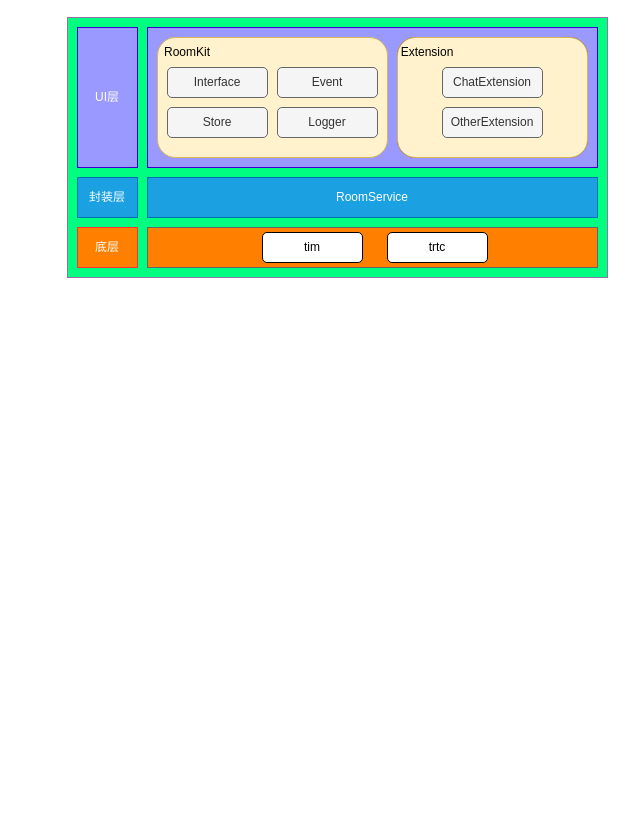
jiushu531/drawio keeps this draw.io diagram as service.drawio. Above is the earlier version. Source tidied: cells renumbered, new cells numbered last; positions are measured from the earlier drawing's top-left corner, leaving out a move shared by most shapes. Both pictures are drawn from the tidied source at 100%, with x=0, y=0 at pixel (67, 17).
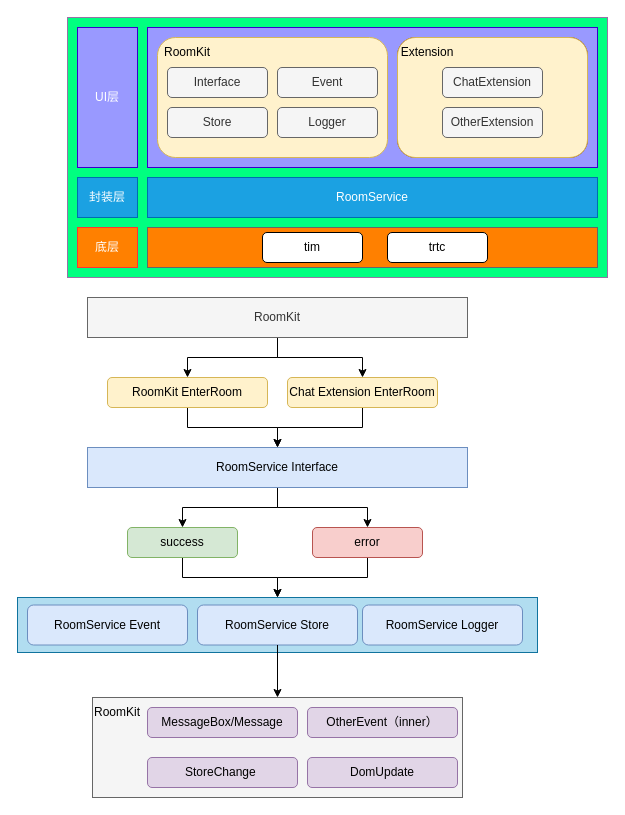
The same diagram, later.

What changed in the source:
```diff
@@
+    <mxCell id="23" style="edgeStyle=orthogonalEdgeStyle;rounded=0;jettySize=auto;html=1;" parent="1" edge="1" source="24" target="29">
+      <mxGeometry relative="1" as="geometry" />
+    </mxCell>
+    <mxCell id="24" value="RoomKit EnterRoom" style="rounded=1;whiteSpace=wrap;html=1;fillColor=#fff2cc;strokeColor=#d6b656;" parent="1" vertex="1">
+      <mxGeometry x="40" y="360" width="160" height="30" as="geometry" />
+    </mxCell>
+    <mxCell id="25" style="edgeStyle=orthogonalEdgeStyle;rounded=0;jettySize=auto;html=1;entryX=0.5;entryY=0;entryDx=0;entryDy=0;" parent="1" edge="1" source="26" target="29">
+      <mxGeometry relative="1" as="geometry" />
+    </mxCell>
+    <mxCell id="26" value="Chat Extension EnterRoom" style="rounded=1;whiteSpace=wrap;html=1;fillColor=#fff2cc;strokeColor=#d6b656;" parent="1" vertex="1">
+      <mxGeometry x="220" y="360" width="150" height="30" as="geometry" />
+    </mxCell>
+    <mxCell id="27" style="edgeStyle=orthogonalEdgeStyle;rounded=0;jettySize=auto;html=1;entryX=0.5;entryY=0;entryDx=0;entryDy=0;" parent="1" edge="1" source="29" target="31">
+      <mxGeometry relative="1" as="geometry" />
+    </mxCell>
+    <mxCell id="28" style="edgeStyle=orthogonalEdgeStyle;rounded=0;jettySize=auto;html=1;" parent="1" edge="1" source="29" target="33">
+      <mxGeometry relative="1" as="geometry" />
+    </mxCell>
+    <mxCell id="29" value="RoomService Interface" style="rounded=0;whiteSpace=wrap;html=1;fillColor=#dae8fc;strokeColor=#6c8ebf;" parent="1" vertex="1">
+      <mxGeometry x="20" y="430" width="380" height="40" as="geometry" />
+    </mxCell>
+    <mxCell id="30" style="edgeStyle=orthogonalEdgeStyle;rounded=0;jettySize=auto;html=1;" parent="1" edge="1" source="31" target="38">
+      <mxGeometry relative="1" as="geometry" />
+    </mxCell>
+    <mxCell id="31" value="success" style="rounded=1;whiteSpace=wrap;html=1;fillColor=#d5e8d4;strokeColor=#82b366;" parent="1" vertex="1">
+      <mxGeometry x="60" y="510" width="110" height="30" as="geometry" />
+    </mxCell>
+    <mxCell id="32" style="edgeStyle=orthogonalEdgeStyle;rounded=0;jettySize=auto;html=1;entryX=0.5;entryY=0;entryDx=0;entryDy=0;" parent="1" edge="1" source="33" target="38">
+      <mxGeometry relative="1" as="geometry" />
+    </mxCell>
+    <mxCell id="33" value="error" style="rounded=1;whiteSpace=wrap;html=1;fillColor=#f8cecc;strokeColor=#b85450;" parent="1" vertex="1">
+      <mxGeometry x="245" y="510" width="110" height="30" as="geometry" />
+    </mxCell>
+    <mxCell id="34" style="edgeStyle=orthogonalEdgeStyle;rounded=0;jettySize=auto;html=1;entryX=0.5;entryY=0;entryDx=0;entryDy=0;" parent="1" edge="1" source="36" target="24">
+      <mxGeometry relative="1" as="geometry" />
+    </mxCell>
+    <mxCell id="35" style="edgeStyle=orthogonalEdgeStyle;rounded=0;jettySize=auto;html=1;" parent="1" edge="1" source="36" target="26">
+      <mxGeometry relative="1" as="geometry" />
+    </mxCell>
+    <mxCell id="36" value="RoomKit" style="rounded=0;whiteSpace=wrap;html=1;fillColor=#f5f5f5;fontColor=#333333;strokeColor=#666666;" parent="1" vertex="1">
+      <mxGeometry x="20" y="280" width="380" height="40" as="geometry" />
+    </mxCell>
+    <mxCell id="37" style="group;" parent="1" vertex="1">
+      <mxGeometry x="-50" y="580" width="520" height="55" as="geometry" />
+    </mxCell>
+    <mxCell id="38" style="rounded=0;whiteSpace=wrap;html=1;fillColor=#b1ddf0;strokeColor=#10739e;" parent="37" vertex="1">
+      <mxGeometry width="520" height="55" as="geometry" />
+    </mxCell>
+    <mxCell id="39" value="RoomService Event" style="rounded=1;whiteSpace=wrap;html=1;fillColor=#dae8fc;strokeColor=#6c8ebf;" parent="37" vertex="1">
+      <mxGeometry x="10" y="7.5" width="160" height="40" as="geometry" />
+    </mxCell>
+    <mxCell id="40" value="RoomService Store" style="rounded=1;whiteSpace=wrap;html=1;fillColor=#dae8fc;strokeColor=#6c8ebf;" parent="37" vertex="1">
+      <mxGeometry x="180" y="7.5" width="160" height="40" as="geometry" />
+    </mxCell>
+    <mxCell id="41" value="RoomService Logger" style="rounded=1;whiteSpace=wrap;html=1;fillColor=#dae8fc;strokeColor=#6c8ebf;" parent="37" vertex="1">
+      <mxGeometry x="345" y="7.5" width="160" height="40" as="geometry" />
+    </mxCell>
+    <mxCell id="42" style="group;" parent="1" vertex="1">
+      <mxGeometry x="25" y="680" width="370" height="100" as="geometry" />
+    </mxCell>
+    <mxCell id="43" style="rounded=0;whiteSpace=wrap;html=1;fillColor=#f5f5f5;fontColor=#333333;strokeColor=#666666;" parent="42" vertex="1">
+      <mxGeometry width="370" height="100" as="geometry" />
+    </mxCell>
+    <mxCell id="44" value="MessageBox/Message" style="rounded=1;whiteSpace=wrap;html=1;fillColor=#e1d5e7;strokeColor=#9673a6;" parent="42" vertex="1">
+      <mxGeometry x="55" y="10" width="150" height="30" as="geometry" />
+    </mxCell>
+    <mxCell id="45" value="OtherEvent（inner）" style="rounded=1;whiteSpace=wrap;html=1;fillColor=#e1d5e7;strokeColor=#9673a6;" parent="42" vertex="1">
+      <mxGeometry x="215" y="10" width="150" height="30" as="geometry" />
+    </mxCell>
+    <mxCell id="46" value="StoreChange&amp;nbsp;" style="rounded=1;whiteSpace=wrap;html=1;fillColor=#e1d5e7;strokeColor=#9673a6;" parent="42" vertex="1">
+      <mxGeometry x="55" y="60" width="150" height="30" as="geometry" />
+    </mxCell>
+    <mxCell id="47" value="DomUpdate" style="rounded=1;whiteSpace=wrap;html=1;fillColor=#e1d5e7;strokeColor=#9673a6;" parent="42" vertex="1">
+      <mxGeometry x="215" y="60" width="150" height="30" as="geometry" />
+    </mxCell>
+    <mxCell id="48" value="RoomKit" style="text;html=1;strokeColor=none;fillColor=none;align=center;verticalAlign=middle;whiteSpace=wrap;rounded=0;" parent="42" vertex="1">
+      <mxGeometry x="-5" width="60" height="30" as="geometry" />
+    </mxCell>
+    <mxCell id="49" style="edgeStyle=orthogonalEdgeStyle;rounded=0;jettySize=auto;html=1;entryX=0.5;entryY=0;entryDx=0;entryDy=0;" parent="1" edge="1" source="40" target="43">
+      <mxGeometry relative="1" as="geometry" />
+    </mxCell>
```
